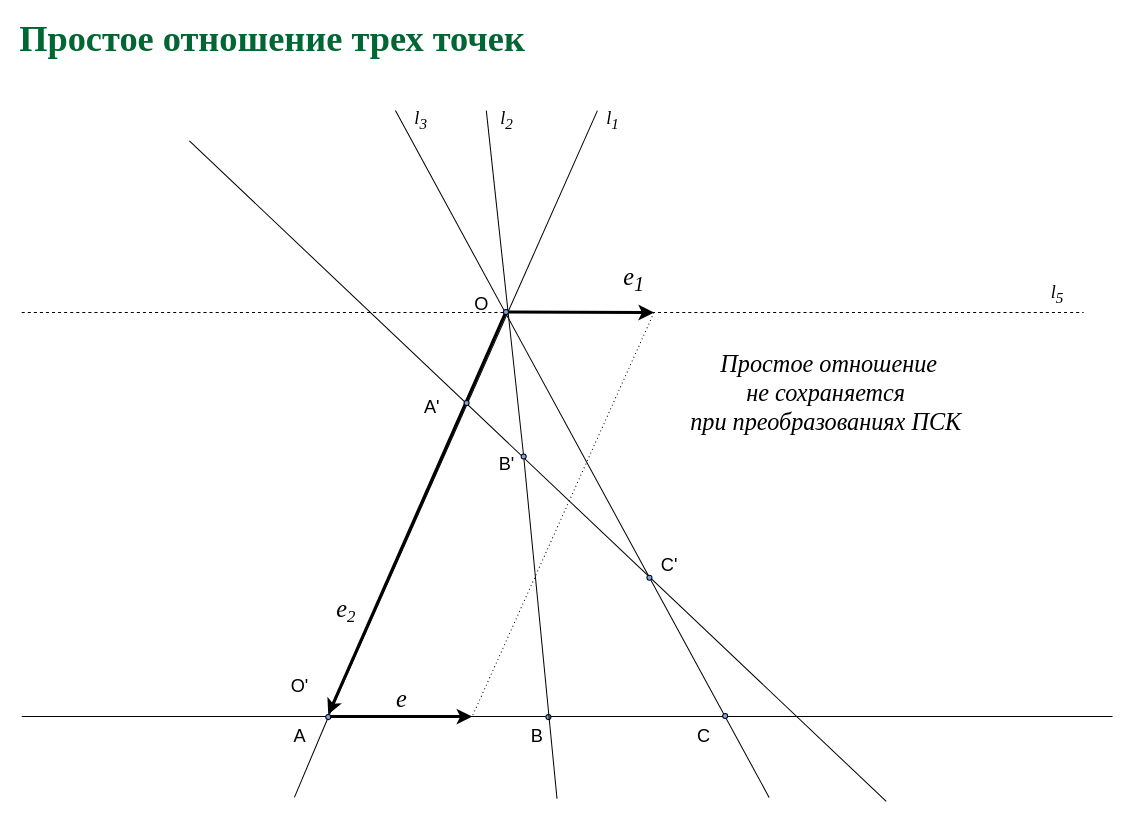
This is page "p36" (42 of 48) of slides/proj.drawio from amcp-pit/geom_course, a draw.io file, before an edit. Source tidied: cells renumbered, new cells numbered last; positions are measured from the earlier drawing's top-left corner, leaving out a move shared by most shapes. Both pictures are drawn from the tidied source at 101%, with x=0, y=0 at pixel (17, 28).
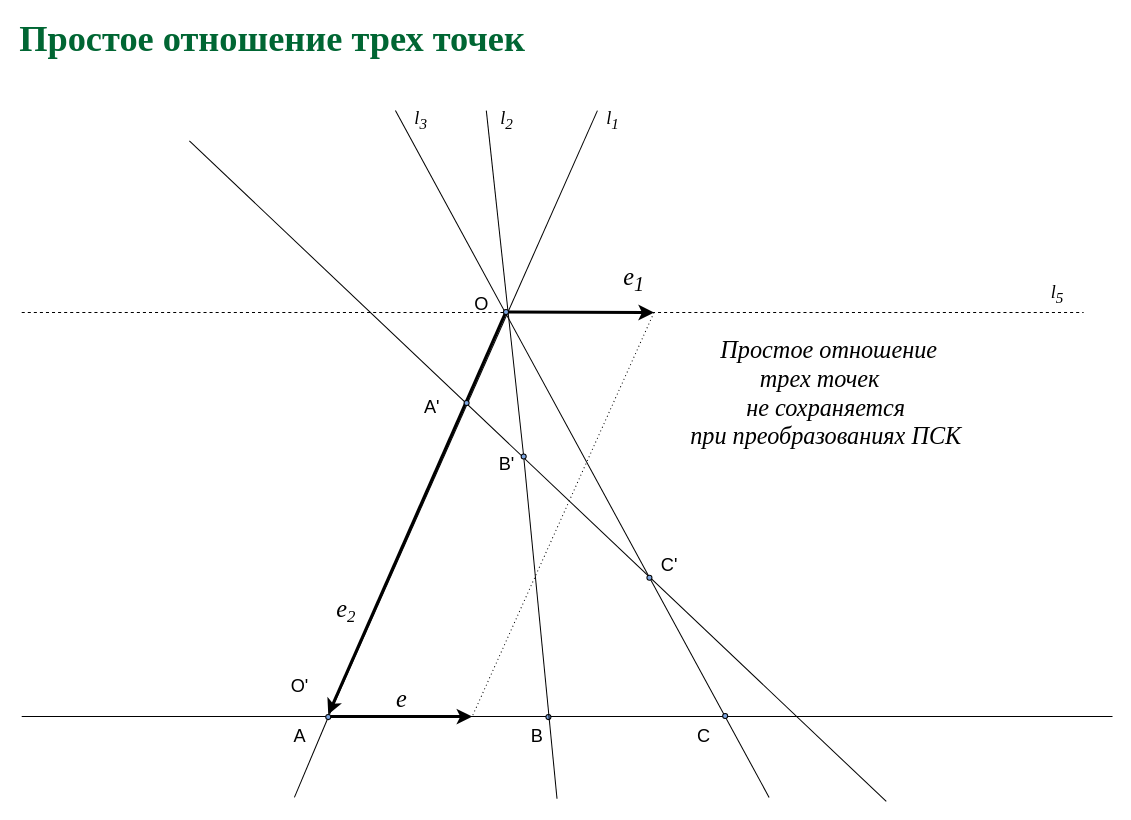
After the change.

Change to the diagram source:
```diff
@@
-    <mxCell id="29" value="&lt;i&gt;&lt;font face=&quot;Times New Roman&quot; style=&quot;font-size: 24px&quot;&gt;&amp;nbsp;Простое отношение &lt;br&gt;не сохраняется &lt;br&gt;при преобразованиях ПСК&lt;/font&gt;&lt;/i&gt;" style="text;html=1;align=center;verticalAlign=middle;" parent="1" vertex="1">
-      <mxGeometry x="660" y="331" width="280" height="60" as="geometry" />
+    <mxCell id="29" value="&lt;i&gt;&lt;font face=&quot;Times New Roman&quot; style=&quot;font-size: 24px&quot;&gt;&amp;nbsp;Простое отношение&lt;br&gt;трех точек&amp;nbsp;&amp;nbsp;&lt;br&gt;не сохраняется &lt;br&gt;при преобразованиях ПСК&lt;/font&gt;&lt;/i&gt;" style="text;html=1;align=center;verticalAlign=middle;" parent="1" vertex="1">
+      <mxGeometry x="660" y="321" width="280" height="80" as="geometry" />
     </mxCell>
```
